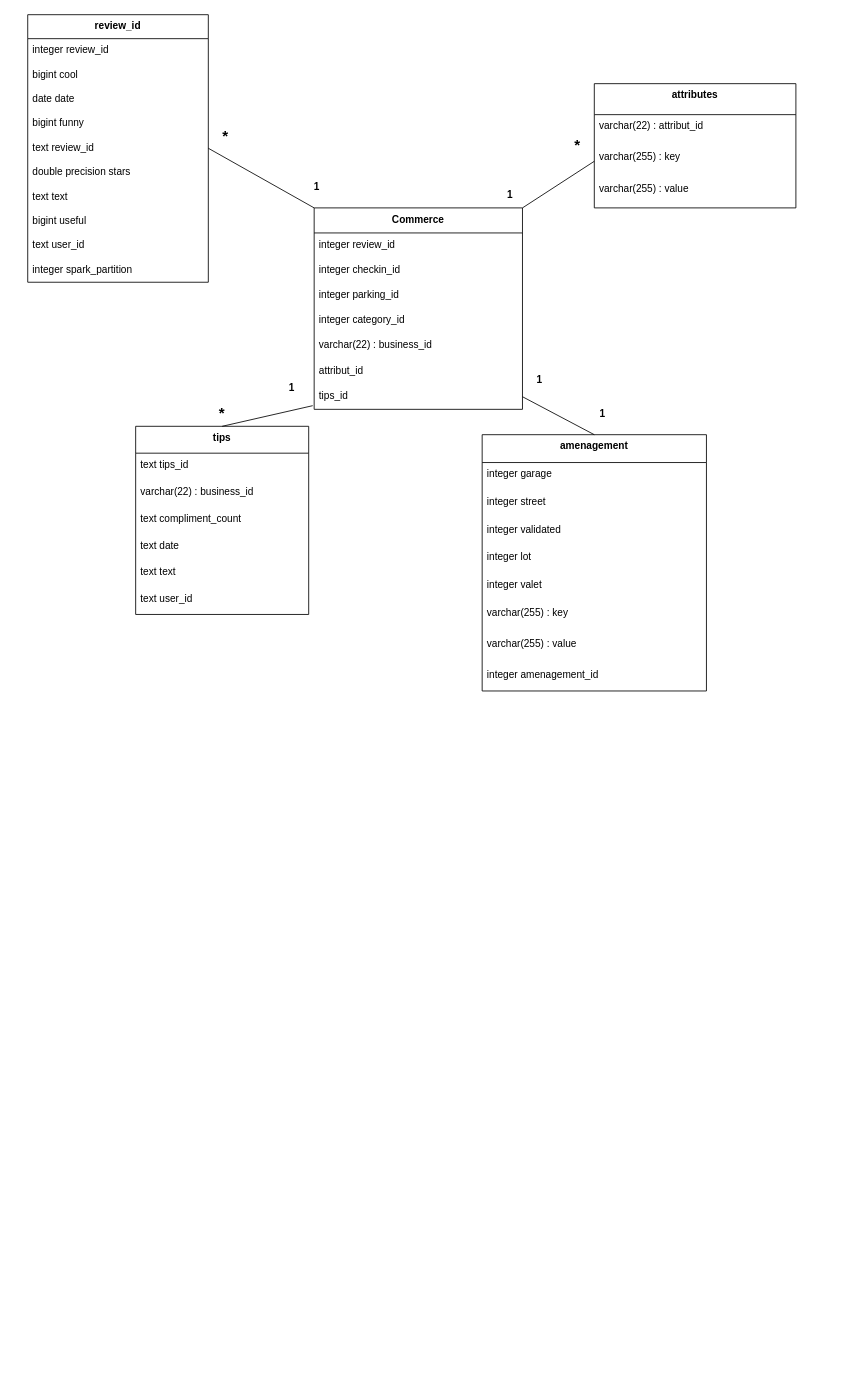
Above: diagramme/Kimball.drawio in Maxime-Cllt/Argon (draw.io), before the change. Source tidied: cells renumbered, new cells numbered last; positions are measured from the earlier drawing's top-left corner, leaving out a move shared by most shapes. Both pictures are drawn from the tidied source at 84%, with x=0, y=0 at pixel (28, 14).
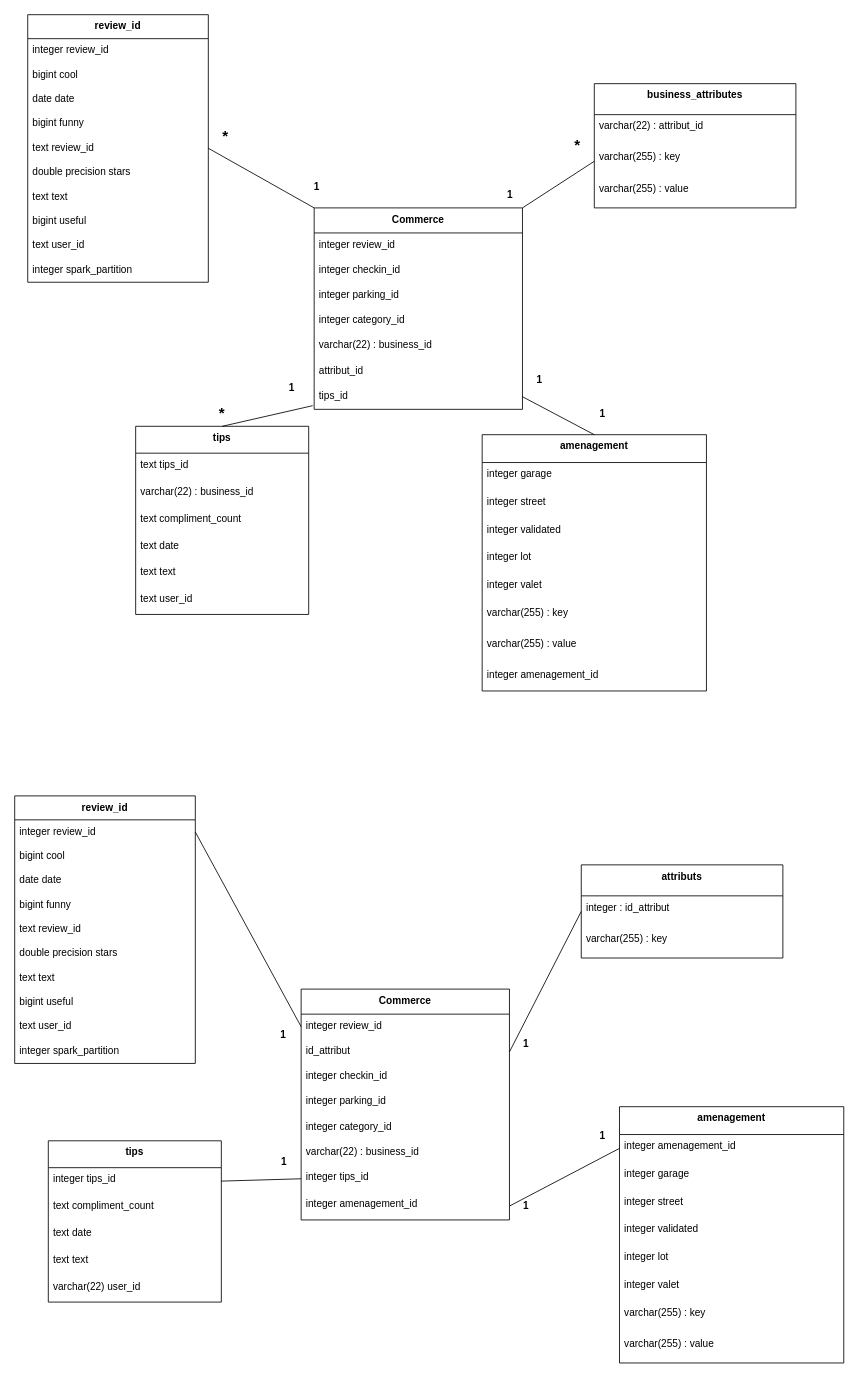
Above is the later version.

The edit, as a diff of the source:
```diff
@@
-    <mxCell id="37" value="attributes" style="swimlane;fontStyle=1;align=center;verticalAlign=top;horizontal=1;startSize=36.888888888888886;" parent="1" vertex="1">
+    <mxCell id="37" value="business_attributes" style="swimlane;fontStyle=1;align=center;verticalAlign=top;horizontal=1;startSize=36.888888888888886;" parent="1" vertex="1">
       <mxGeometry x="674" y="82.1" width="240" height="147.9" as="geometry" />
     </mxCell>
@@
+    <mxCell id="53" value="tips" style="swimlane;fontStyle=1;align=center;verticalAlign=top;horizontal=1;startSize=32;" parent="1" vertex="1">
+      <mxGeometry x="24" y="1340.6" width="206" height="192" as="geometry" />
+    </mxCell>
+    <mxCell id="54" value="integer tips_id" style="text;strokeColor=none;fillColor=none;align=left;verticalAlign=top;spacingLeft=4;spacingRight=4;overflow=hidden;points=[[0,0.5],[1,0.5]];portConstraint=eastwest;" parent="53" vertex="1">
+      <mxGeometry y="32" width="206" height="32" as="geometry" />
+    </mxCell>
+    <mxCell id="55" value="text compliment_count" style="text;strokeColor=none;fillColor=none;align=left;verticalAlign=top;spacingLeft=4;spacingRight=4;overflow=hidden;" parent="53" vertex="1">
+      <mxGeometry y="64" width="206" height="32" as="geometry" />
+    </mxCell>
+    <mxCell id="56" value="text date" style="text;strokeColor=none;fillColor=none;align=left;verticalAlign=top;spacingLeft=4;spacingRight=4;overflow=hidden;" parent="53" vertex="1">
+      <mxGeometry y="96" width="206" height="32" as="geometry" />
+    </mxCell>
+    <mxCell id="57" value="text text" style="text;strokeColor=none;fillColor=none;align=left;verticalAlign=top;spacingLeft=4;spacingRight=4;overflow=hidden;" parent="53" vertex="1">
+      <mxGeometry y="128" width="206" height="32" as="geometry" />
+    </mxCell>
+    <mxCell id="58" value="varchar(22) user_id" style="text;strokeColor=none;fillColor=none;align=left;verticalAlign=top;spacingLeft=4;spacingRight=4;overflow=hidden;" parent="53" vertex="1">
+      <mxGeometry y="160" width="206" height="32" as="geometry" />
+    </mxCell>
+    <mxCell id="59" value="Commerce" style="swimlane;fontStyle=1;align=center;verticalAlign=top;horizontal=1;startSize=29.818181818181817;" parent="1" vertex="1">
+      <mxGeometry x="325" y="1160" width="248" height="274.8" as="geometry" />
+    </mxCell>
+    <mxCell id="60" value="integer review_id" style="text;strokeColor=none;fillColor=none;align=left;verticalAlign=top;spacingLeft=4;spacingRight=4;overflow=hidden;points=[[0,0.5],[1,0.5]];portConstraint=eastwest;" parent="59" vertex="1">
+      <mxGeometry y="29.8" width="248" height="30" as="geometry" />
+    </mxCell>
+    <mxCell id="61" value="id_attribut" style="text;strokeColor=none;fillColor=none;align=left;verticalAlign=top;spacingLeft=4;spacingRight=4;overflow=hidden;points=[[0,0.5],[1,0.5]];portConstraint=eastwest;" parent="59" vertex="1">
+      <mxGeometry y="59.8" width="248" height="30" as="geometry" />
+    </mxCell>
+    <mxCell id="62" value="integer checkin_id" style="text;strokeColor=none;fillColor=none;align=left;verticalAlign=top;spacingLeft=4;spacingRight=4;overflow=hidden;" parent="59" vertex="1">
+      <mxGeometry y="89.8" width="248" height="30" as="geometry" />
+    </mxCell>
+    <mxCell id="63" value="integer parking_id" style="text;strokeColor=none;fillColor=none;align=left;verticalAlign=top;spacingLeft=4;spacingRight=4;overflow=hidden;" parent="59" vertex="1">
+      <mxGeometry y="119.8" width="248" height="30" as="geometry" />
+    </mxCell>
+    <mxCell id="64" value="integer category_id" style="text;strokeColor=none;fillColor=none;align=left;verticalAlign=top;spacingLeft=4;spacingRight=4;overflow=hidden;" parent="59" vertex="1">
+      <mxGeometry y="149.8" width="248" height="30" as="geometry" />
+    </mxCell>
+    <mxCell id="65" value="varchar(22) : business_id" style="text;strokeColor=none;fillColor=none;align=left;verticalAlign=top;spacingLeft=4;spacingRight=4;overflow=hidden;" parent="59" vertex="1">
+      <mxGeometry y="179.8" width="248" height="30" as="geometry" />
+    </mxCell>
+    <mxCell id="66" value="integer tips_id" style="text;strokeColor=none;fillColor=none;align=left;verticalAlign=top;spacingLeft=4;spacingRight=4;overflow=hidden;points=[[0,0.5],[1,0.5]];portConstraint=eastwest;" parent="59" vertex="1">
+      <mxGeometry y="209.8" width="248" height="32" as="geometry" />
+    </mxCell>
+    <mxCell id="67" value="integer amenagement_id" style="text;strokeColor=none;fillColor=none;align=left;verticalAlign=top;spacingLeft=4;spacingRight=4;overflow=hidden;points=[[0,0.5],[1,0.5]];portConstraint=eastwest;" parent="59" vertex="1">
+      <mxGeometry y="241.8" width="248" height="33" as="geometry" />
+    </mxCell>
+    <mxCell id="68" value="amenagement" style="swimlane;fontStyle=1;align=center;verticalAlign=top;horizontal=1;startSize=33.142857142857146;" parent="1" vertex="1">
+      <mxGeometry x="704" y="1300" width="267" height="305.1" as="geometry" />
+    </mxCell>
+    <mxCell id="69" value="integer amenagement_id" style="text;strokeColor=none;fillColor=none;align=left;verticalAlign=top;spacingLeft=4;spacingRight=4;overflow=hidden;points=[[0,0.5],[1,0.5]];portConstraint=eastwest;" parent="68" vertex="1">
+      <mxGeometry y="33.1" width="267" height="33" as="geometry" />
+    </mxCell>
+    <mxCell id="70" value="integer garage" style="text;strokeColor=none;fillColor=none;align=left;verticalAlign=top;spacingLeft=4;spacingRight=4;overflow=hidden;" parent="68" vertex="1">
+      <mxGeometry y="66.1" width="267" height="33" as="geometry" />
+    </mxCell>
+    <mxCell id="71" value="integer street" style="text;strokeColor=none;fillColor=none;align=left;verticalAlign=top;spacingLeft=4;spacingRight=4;overflow=hidden;" parent="68" vertex="1">
+      <mxGeometry y="99.1" width="267" height="33" as="geometry" />
+    </mxCell>
+    <mxCell id="72" value="integer validated" style="text;strokeColor=none;fillColor=none;align=left;verticalAlign=top;spacingLeft=4;spacingRight=4;overflow=hidden;" parent="68" vertex="1">
+      <mxGeometry y="132.1" width="267" height="33" as="geometry" />
+    </mxCell>
+    <mxCell id="73" value="integer lot" style="text;strokeColor=none;fillColor=none;align=left;verticalAlign=top;spacingLeft=4;spacingRight=4;overflow=hidden;" parent="68" vertex="1">
+      <mxGeometry y="165.1" width="267" height="33" as="geometry" />
+    </mxCell>
+    <mxCell id="74" value="integer valet" style="text;strokeColor=none;fillColor=none;align=left;verticalAlign=top;spacingLeft=4;spacingRight=4;overflow=hidden;" parent="68" vertex="1">
+      <mxGeometry y="198.1" width="267" height="33" as="geometry" />
+    </mxCell>
+    <mxCell id="75" value="varchar(255) : key" style="text;strokeColor=none;fillColor=none;align=left;verticalAlign=top;spacingLeft=4;spacingRight=4;overflow=hidden;" parent="68" vertex="1">
+      <mxGeometry y="231.1" width="267" height="37" as="geometry" />
+    </mxCell>
+    <mxCell id="76" value="varchar(255) : value" style="text;strokeColor=none;fillColor=none;align=left;verticalAlign=top;spacingLeft=4;spacingRight=4;overflow=hidden;" parent="68" vertex="1">
+      <mxGeometry y="268.1" width="267" height="37" as="geometry" />
+    </mxCell>
+    <mxCell id="77" value="review_id&#10;" style="swimlane;fontStyle=1;align=center;verticalAlign=top;horizontal=1;startSize=28.52173913043478;" parent="1" vertex="1">
+      <mxGeometry x="-16" y="930" width="215" height="318.5" as="geometry" />
+    </mxCell>
+    <mxCell id="78" value="integer review_id" style="text;strokeColor=none;fillColor=none;align=left;verticalAlign=top;spacingLeft=4;spacingRight=4;overflow=hidden;points=[[0,0.5],[1,0.5]];portConstraint=eastwest;" parent="77" vertex="1">
+      <mxGeometry y="28.5" width="215" height="29" as="geometry" />
+    </mxCell>
+    <mxCell id="79" value="bigint cool" style="text;strokeColor=none;fillColor=none;align=left;verticalAlign=top;spacingLeft=4;spacingRight=4;overflow=hidden;" parent="77" vertex="1">
+      <mxGeometry y="57.5" width="215" height="29" as="geometry" />
+    </mxCell>
+    <mxCell id="80" value="date date" style="text;strokeColor=none;fillColor=none;align=left;verticalAlign=top;spacingLeft=4;spacingRight=4;overflow=hidden;" parent="77" vertex="1">
+      <mxGeometry y="86.5" width="215" height="29" as="geometry" />
+    </mxCell>
+    <mxCell id="81" value="bigint funny" style="text;strokeColor=none;fillColor=none;align=left;verticalAlign=top;spacingLeft=4;spacingRight=4;overflow=hidden;" parent="77" vertex="1">
+      <mxGeometry y="115.5" width="215" height="29" as="geometry" />
+    </mxCell>
+    <mxCell id="82" value="text review_id" style="text;strokeColor=none;fillColor=none;align=left;verticalAlign=top;spacingLeft=4;spacingRight=4;overflow=hidden;" parent="77" vertex="1">
+      <mxGeometry y="144.5" width="215" height="29" as="geometry" />
+    </mxCell>
+    <mxCell id="83" value="double precision stars" style="text;strokeColor=none;fillColor=none;align=left;verticalAlign=top;spacingLeft=4;spacingRight=4;overflow=hidden;" parent="77" vertex="1">
+      <mxGeometry y="173.5" width="215" height="29" as="geometry" />
+    </mxCell>
+    <mxCell id="84" value="text text" style="text;strokeColor=none;fillColor=none;align=left;verticalAlign=top;spacingLeft=4;spacingRight=4;overflow=hidden;" parent="77" vertex="1">
+      <mxGeometry y="202.5" width="215" height="29" as="geometry" />
+    </mxCell>
+    <mxCell id="85" value="bigint useful" style="text;strokeColor=none;fillColor=none;align=left;verticalAlign=top;spacingLeft=4;spacingRight=4;overflow=hidden;" parent="77" vertex="1">
+      <mxGeometry y="231.5" width="215" height="29" as="geometry" />
+    </mxCell>
+    <mxCell id="86" value="text user_id" style="text;strokeColor=none;fillColor=none;align=left;verticalAlign=top;spacingLeft=4;spacingRight=4;overflow=hidden;" parent="77" vertex="1">
+      <mxGeometry y="260.5" width="215" height="29" as="geometry" />
+    </mxCell>
+    <mxCell id="87" value="integer spark_partition" style="text;strokeColor=none;fillColor=none;align=left;verticalAlign=top;spacingLeft=4;spacingRight=4;overflow=hidden;" parent="77" vertex="1">
+      <mxGeometry y="289.5" width="215" height="29" as="geometry" />
+    </mxCell>
+    <mxCell id="88" value="attributs" style="swimlane;fontStyle=1;align=center;verticalAlign=top;horizontal=1;startSize=36.888888888888886;" parent="1" vertex="1">
+      <mxGeometry x="658.5" y="1012.1" width="240" height="110.9" as="geometry" />
+    </mxCell>
+    <mxCell id="89" value="integer : id_attribut" style="text;strokeColor=none;fillColor=none;align=left;verticalAlign=top;spacingLeft=4;spacingRight=4;overflow=hidden;points=[[0,0.5],[1,0.5]];portConstraint=eastwest;" parent="88" vertex="1">
+      <mxGeometry y="36.9" width="240" height="37" as="geometry" />
+    </mxCell>
+    <mxCell id="90" value="varchar(255) : key" style="text;strokeColor=none;fillColor=none;align=left;verticalAlign=top;spacingLeft=4;spacingRight=4;overflow=hidden;" parent="88" vertex="1">
+      <mxGeometry y="73.9" width="240" height="37" as="geometry" />
+    </mxCell>
+    <mxCell id="91" style="endArrow=none;html=1;rounded=0;exitX=1;exitY=0.5;exitDx=0;exitDy=0;entryX=0;entryY=0.5;entryDx=0;entryDy=0;" parent="1" edge="1" source="61" target="89">
+      <mxGeometry relative="1" as="geometry" />
+    </mxCell>
+    <mxCell id="92" style="endArrow=none;html=1;rounded=0;exitX=0;exitY=0.5;exitDx=0;exitDy=0;entryX=1;entryY=0.5;entryDx=0;entryDy=0;" parent="1" edge="1" source="66" target="54">
+      <mxGeometry relative="1" as="geometry" />
+    </mxCell>
+    <mxCell id="93" style="endArrow=none;html=1;rounded=0;exitX=1;exitY=0.5;exitDx=0;exitDy=0;entryX=0;entryY=0.5;entryDx=0;entryDy=0;" parent="1" edge="1" source="78" target="60">
+      <mxGeometry relative="1" as="geometry" />
+    </mxCell>
+    <mxCell id="94" style="endArrow=none;html=1;rounded=0;exitX=0;exitY=0.5;exitDx=0;exitDy=0;entryX=1;entryY=0.5;entryDx=0;entryDy=0;" parent="1" edge="1" source="69" target="67">
+      <mxGeometry relative="1" as="geometry" />
+    </mxCell>
+    <mxCell id="95" value="1" style="text;html=1;align=center;verticalAlign=middle;whiteSpace=wrap;rounded=0;fontStyle=1;" parent="1" vertex="1">
+      <mxGeometry x="573" y="1402.8" width="40" height="30" as="geometry" />
+    </mxCell>
+    <mxCell id="96" value="1" style="text;html=1;align=center;verticalAlign=middle;whiteSpace=wrap;rounded=0;fontStyle=1;" parent="1" vertex="1">
+      <mxGeometry x="664" y="1320" width="40" height="30" as="geometry" />
+    </mxCell>
+    <mxCell id="97" value="1" style="text;html=1;align=center;verticalAlign=middle;whiteSpace=wrap;rounded=0;fontStyle=1;" parent="1" vertex="1">
+      <mxGeometry x="285" y="1351.1" width="40" height="30" as="geometry" />
+    </mxCell>
+    <mxCell id="98" value="1" style="text;html=1;align=center;verticalAlign=middle;whiteSpace=wrap;rounded=0;fontStyle=1;" parent="1" vertex="1">
+      <mxGeometry x="284" y="1200" width="40" height="30" as="geometry" />
+    </mxCell>
+    <mxCell id="99" value="1" style="text;html=1;align=center;verticalAlign=middle;whiteSpace=wrap;rounded=0;fontStyle=1;" parent="1" vertex="1">
+      <mxGeometry x="573" y="1210" width="40" height="30" as="geometry" />
+    </mxCell>
```
